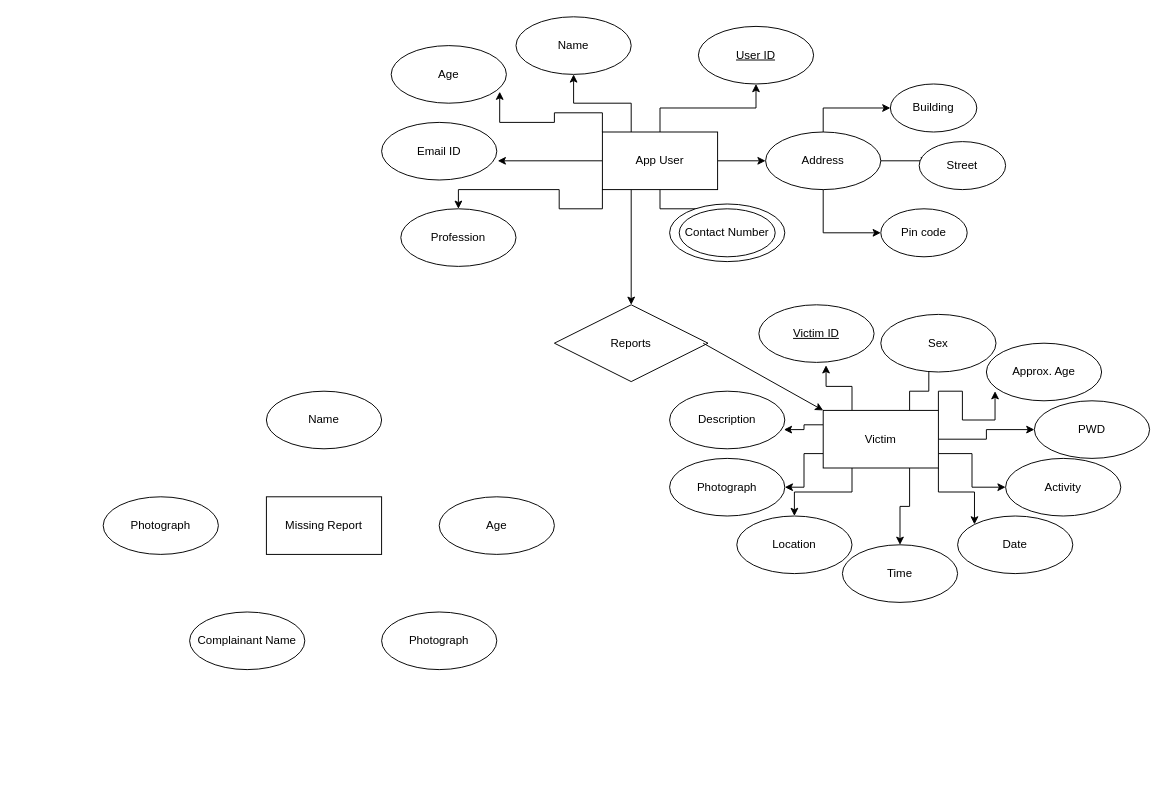
The draw.io diagram Untitled Diagram.drawio in bhargavisandur/QGIS, before the edit. Source tidied: cells renumbered, new cells numbered last; positions are measured from the earlier drawing's top-left corner, leaving out a move shared by most shapes. Both pictures are drawn from the tidied source at 96%, with x=0, y=0 at pixel (103, 16).
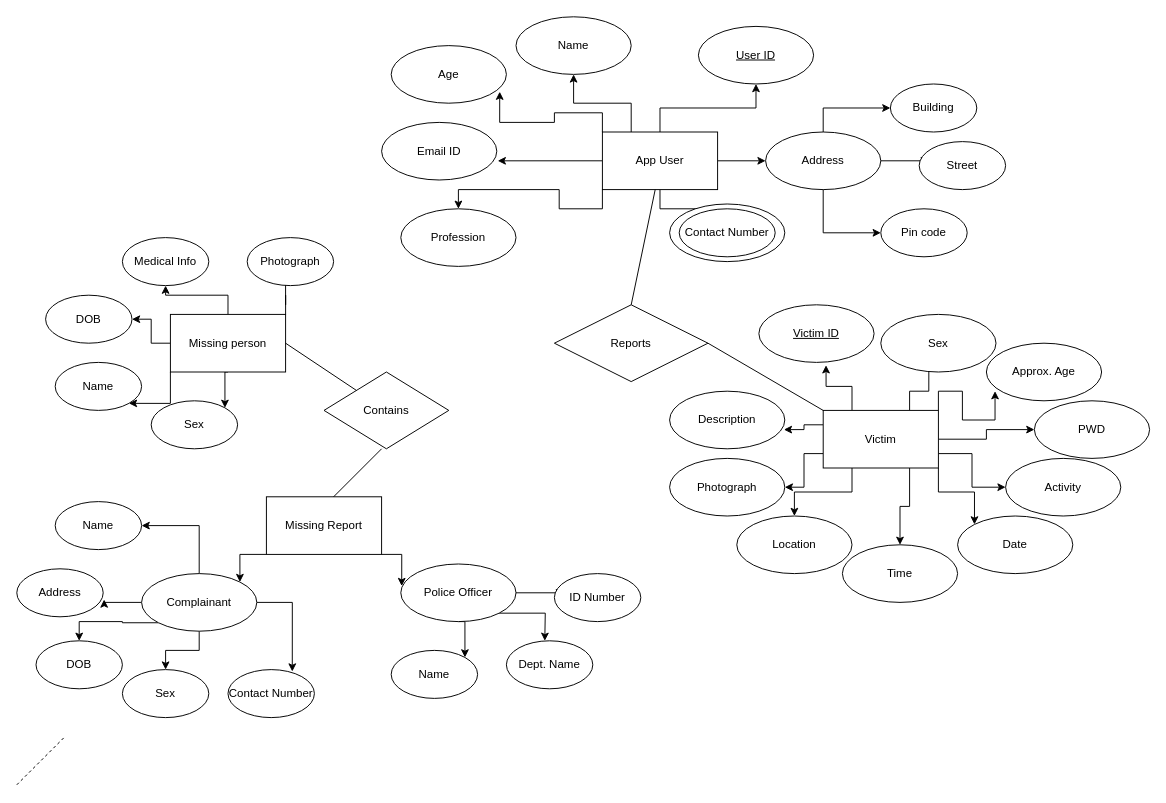
The same page after the edit.

Unchanged cells that the change refers to:
```xml
<mxCell id="10" value="App User" style="rounded=0;whiteSpace=wrap;html=1;" parent="1" vertex="1">
  <mxGeometry x="520" y="120" width="120" height="60" as="geometry" />
</mxCell>
<mxCell id="35" value="Victim" style="rounded=0;whiteSpace=wrap;html=1;" parent="1" vertex="1">
  <mxGeometry x="750" y="410" width="120" height="60" as="geometry" />
</mxCell>
<mxCell id="47" value="Reports" style="rhombus;whiteSpace=wrap;html=1;" parent="1" vertex="1">
  <mxGeometry x="470" y="300" width="160" height="80" as="geometry" />
</mxCell>
<mxCell id="49" value="Missing Report" style="rounded=0;whiteSpace=wrap;html=1;" parent="1" vertex="1">
  <mxGeometry x="170" y="500" width="120" height="60" as="geometry" />
</mxCell>
```

Diff of the diagram source:
```diff
@@
-    <mxCell id="9" style="edgeStyle=orthogonalEdgeStyle;rounded=0;jettySize=auto;html=1;exitX=0.25;exitY=1;exitDx=0;exitDy=0;" parent="1" edge="1" source="10" target="47">
-      <mxGeometry relative="1" as="geometry" />
-    </mxCell>
@@
-    <mxCell id="48" style="endArrow=classic;html=1;entryX=0;entryY=0;entryDx=0;entryDy=0;" parent="1" edge="1" target="35">
-      <mxGeometry relative="1" as="geometry">
-        <mxPoint x="625" y="340" as="sourcePoint" />
-      </mxGeometry>
-    </mxCell>
+    <mxCell id="55" style="edgeStyle=orthogonalEdgeStyle;rounded=0;jettySize=auto;html=1;exitX=0;exitY=1;exitDx=0;exitDy=0;entryX=1;entryY=0;entryDx=0;entryDy=0;" parent="1" edge="1" source="49" target="51">
+      <mxGeometry relative="1" as="geometry" />
+    </mxCell>
+    <mxCell id="56" style="edgeStyle=orthogonalEdgeStyle;rounded=0;jettySize=auto;html=1;exitX=1;exitY=1;exitDx=0;exitDy=0;entryX=0.008;entryY=0.383;entryDx=0;entryDy=0;entryPerimeter=0;" parent="1" edge="1" source="49" target="54">
+      <mxGeometry relative="1" as="geometry" />
+    </mxCell>
@@
+    <mxCell id="57" style="edgeStyle=orthogonalEdgeStyle;rounded=0;jettySize=auto;html=1;entryX=1;entryY=0.5;entryDx=0;entryDy=0;" parent="1" edge="1" source="51" target="74">
+      <mxGeometry relative="1" as="geometry" />
+    </mxCell>
+    <mxCell id="58" style="edgeStyle=orthogonalEdgeStyle;rounded=0;jettySize=auto;html=1;exitX=0;exitY=0.5;exitDx=0;exitDy=0;entryX=1.011;entryY=0.64;entryDx=0;entryDy=0;entryPerimeter=0;" parent="1" edge="1" source="51" target="76">
+      <mxGeometry relative="1" as="geometry" />
+    </mxCell>
+    <mxCell id="59" style="edgeStyle=orthogonalEdgeStyle;rounded=0;jettySize=auto;html=1;exitX=0;exitY=1;exitDx=0;exitDy=0;" parent="1" edge="1" source="51" target="79">
+      <mxGeometry relative="1" as="geometry" />
+    </mxCell>
+    <mxCell id="60" style="edgeStyle=orthogonalEdgeStyle;rounded=0;jettySize=auto;html=1;exitX=0.5;exitY=1;exitDx=0;exitDy=0;" parent="1" edge="1" source="51" target="78">
+      <mxGeometry relative="1" as="geometry" />
+    </mxCell>
+    <mxCell id="61" style="edgeStyle=orthogonalEdgeStyle;rounded=0;jettySize=auto;html=1;exitX=1;exitY=0.5;exitDx=0;exitDy=0;entryX=0.744;entryY=0.04;entryDx=0;entryDy=0;entryPerimeter=0;" parent="1" edge="1" source="51" target="77">
+      <mxGeometry relative="1" as="geometry" />
+    </mxCell>
+    <mxCell id="51" value="Complainant" style="ellipse;whiteSpace=wrap;html=1;" parent="1" vertex="1">
+      <mxGeometry x="40" y="580" width="120" height="60" as="geometry" />
+    </mxCell>
+    <mxCell id="62" style="edgeStyle=orthogonalEdgeStyle;rounded=0;jettySize=auto;html=1;exitX=0.5;exitY=1;exitDx=0;exitDy=0;entryX=1;entryY=0;entryDx=0;entryDy=0;" parent="1" edge="1" source="54" target="80">
+      <mxGeometry relative="1" as="geometry" />
+    </mxCell>
+    <mxCell id="63" style="edgeStyle=orthogonalEdgeStyle;rounded=0;jettySize=auto;html=1;exitX=1;exitY=0.5;exitDx=0;exitDy=0;entryX=0.111;entryY=0.4;entryDx=0;entryDy=0;entryPerimeter=0;" parent="1" edge="1" source="54" target="81">
+      <mxGeometry relative="1" as="geometry" />
+    </mxCell>
+    <mxCell id="64" style="edgeStyle=orthogonalEdgeStyle;rounded=0;jettySize=auto;html=1;exitX=1;exitY=1;exitDx=0;exitDy=0;" parent="1" edge="1" source="54">
+      <mxGeometry relative="1" as="geometry">
+        <mxPoint x="460" y="650" as="targetPoint" />
+      </mxGeometry>
+    </mxCell>
+    <mxCell id="54" value="Police Officer" style="ellipse;whiteSpace=wrap;html=1;" parent="1" vertex="1">
+      <mxGeometry x="310" y="570" width="120" height="60" as="geometry" />
+    </mxCell>
+    <mxCell id="65" value="Name" style="ellipse;whiteSpace=wrap;html=1;" parent="1" vertex="1">
+      <mxGeometry x="-50" y="360" width="90" height="50" as="geometry" />
+    </mxCell>
+    <mxCell id="66" value="Medical Info" style="ellipse;whiteSpace=wrap;html=1;" parent="1" vertex="1">
+      <mxGeometry x="20" y="230" width="90" height="50" as="geometry" />
+    </mxCell>
+    <mxCell id="67" value="DOB" style="ellipse;whiteSpace=wrap;html=1;" parent="1" vertex="1">
+      <mxGeometry x="-60" y="290" width="90" height="50" as="geometry" />
+    </mxCell>
+    <mxCell id="68" style="edgeStyle=orthogonalEdgeStyle;rounded=0;jettySize=auto;html=1;exitX=1;exitY=0;exitDx=0;exitDy=0;entryX=0.444;entryY=0.8;entryDx=0;entryDy=0;entryPerimeter=0;" parent="1" edge="1" source="73" target="50">
+      <mxGeometry relative="1" as="geometry" />
+    </mxCell>
+    <mxCell id="69" style="edgeStyle=orthogonalEdgeStyle;rounded=0;jettySize=auto;html=1;exitX=0.5;exitY=0;exitDx=0;exitDy=0;" parent="1" edge="1" source="73" target="66">
+      <mxGeometry relative="1" as="geometry" />
+    </mxCell>
+    <mxCell id="70" style="edgeStyle=orthogonalEdgeStyle;rounded=0;jettySize=auto;html=1;exitX=0;exitY=0.5;exitDx=0;exitDy=0;entryX=1;entryY=0.5;entryDx=0;entryDy=0;" parent="1" edge="1" source="73" target="67">
+      <mxGeometry relative="1" as="geometry" />
+    </mxCell>
+    <mxCell id="71" style="edgeStyle=orthogonalEdgeStyle;rounded=0;jettySize=auto;html=1;exitX=0;exitY=1;exitDx=0;exitDy=0;entryX=1;entryY=1;entryDx=0;entryDy=0;" parent="1" edge="1" source="73" target="65">
+      <mxGeometry relative="1" as="geometry" />
+    </mxCell>
+    <mxCell id="72" style="edgeStyle=orthogonalEdgeStyle;rounded=0;jettySize=auto;html=1;exitX=0.5;exitY=1;exitDx=0;exitDy=0;entryX=1;entryY=0;entryDx=0;entryDy=0;" parent="1" edge="1" source="73" target="75">
+      <mxGeometry relative="1" as="geometry" />
+    </mxCell>
+    <mxCell id="73" value="Missing person" style="rounded=0;whiteSpace=wrap;html=1;" parent="1" vertex="1">
+      <mxGeometry x="70" y="310" width="120" height="60" as="geometry" />
+    </mxCell>
+    <mxCell id="74" value="Name" style="ellipse;whiteSpace=wrap;html=1;" parent="1" vertex="1">
+      <mxGeometry x="-50" y="505" width="90" height="50" as="geometry" />
+    </mxCell>
+    <mxCell id="75" value="Sex" style="ellipse;whiteSpace=wrap;html=1;" parent="1" vertex="1">
+      <mxGeometry x="50" y="400" width="90" height="50" as="geometry" />
+    </mxCell>
     <mxCell id="50" value="Photograph" style="ellipse;whiteSpace=wrap;html=1;" parent="1" vertex="1">
-      <mxGeometry y="500" width="120" height="60" as="geometry" />
+      <mxGeometry x="150" y="230" width="90" height="50" as="geometry" />
     </mxCell>
-    <mxCell id="51" value="Complainant Name" style="ellipse;whiteSpace=wrap;html=1;" parent="1" vertex="1">
-      <mxGeometry x="90" y="620" width="120" height="60" as="geometry" />
-    </mxCell>
-    <mxCell id="52" value="Age" style="ellipse;whiteSpace=wrap;html=1;" parent="1" vertex="1">
-      <mxGeometry x="350" y="500" width="120" height="60" as="geometry" />
-    </mxCell>
-    <mxCell id="53" value="Name" style="ellipse;whiteSpace=wrap;html=1;" parent="1" vertex="1">
-      <mxGeometry x="170" y="390" width="120" height="60" as="geometry" />
-    </mxCell>
-    <mxCell id="54" value="Photograph" style="ellipse;whiteSpace=wrap;html=1;" parent="1" vertex="1">
-      <mxGeometry x="290" y="620" width="120" height="60" as="geometry" />
-    </mxCell>
+    <mxCell id="76" value="Address" style="ellipse;whiteSpace=wrap;html=1;" parent="1" vertex="1">
+      <mxGeometry x="-90" y="575" width="90" height="50" as="geometry" />
+    </mxCell>
+    <mxCell id="77" value="Contact Number" style="ellipse;whiteSpace=wrap;html=1;" parent="1" vertex="1">
+      <mxGeometry x="130" y="680" width="90" height="50" as="geometry" />
+    </mxCell>
+    <mxCell id="78" value="Sex" style="ellipse;whiteSpace=wrap;html=1;" parent="1" vertex="1">
+      <mxGeometry x="20" y="680" width="90" height="50" as="geometry" />
+    </mxCell>
+    <mxCell id="79" value="DOB" style="ellipse;whiteSpace=wrap;html=1;" parent="1" vertex="1">
+      <mxGeometry x="-70" y="650" width="90" height="50" as="geometry" />
+    </mxCell>
+    <mxCell id="80" value="Name" style="ellipse;whiteSpace=wrap;html=1;" parent="1" vertex="1">
+      <mxGeometry x="300" y="660" width="90" height="50" as="geometry" />
+    </mxCell>
+    <mxCell id="81" value="ID Number" style="ellipse;whiteSpace=wrap;html=1;" parent="1" vertex="1">
+      <mxGeometry x="470" y="580" width="90" height="50" as="geometry" />
+    </mxCell>
+    <mxCell id="82" value="Dept. Name" style="ellipse;whiteSpace=wrap;html=1;" parent="1" vertex="1">
+      <mxGeometry x="420" y="650" width="90" height="50" as="geometry" />
+    </mxCell>
+    <mxCell id="83" value="Contains" style="rhombus;whiteSpace=wrap;html=1;" parent="1" vertex="1">
+      <mxGeometry x="230" y="370" width="130" height="80" as="geometry" />
+    </mxCell>
+    <mxCell id="84" style="endArrow=none;html=1;" parent="1" edge="1" target="83">
+      <mxGeometry relative="1" as="geometry">
+        <mxPoint x="190" y="340" as="sourcePoint" />
+      </mxGeometry>
+    </mxCell>
+    <mxCell id="85" style="endArrow=none;dashed=1;html=1;" parent="1" edge="1">
+      <mxGeometry relative="1" as="geometry">
+        <mxPoint x="-90" y="800" as="sourcePoint" />
+        <mxPoint x="-40" y="750" as="targetPoint" />
+      </mxGeometry>
+    </mxCell>
+    <mxCell id="86" style="endArrow=none;html=1;" parent="1" edge="1">
+      <mxGeometry relative="1" as="geometry">
+        <mxPoint x="240" y="500" as="sourcePoint" />
+        <mxPoint x="290" y="450" as="targetPoint" />
+      </mxGeometry>
+    </mxCell>
+    <mxCell id="87" style="endArrow=none;html=1;exitX=0.5;exitY=0;exitDx=0;exitDy=0;" parent="1" edge="1" source="47">
+      <mxGeometry relative="1" as="geometry">
+        <mxPoint x="575" y="180" as="targetPoint" />
+      </mxGeometry>
+    </mxCell>
+    <mxCell id="88" style="endArrow=none;html=1;entryX=0;entryY=0;entryDx=0;entryDy=0;" parent="1" edge="1" target="35">
+      <mxGeometry relative="1" as="geometry">
+        <mxPoint x="630" y="340" as="sourcePoint" />
+      </mxGeometry>
+    </mxCell>
```
